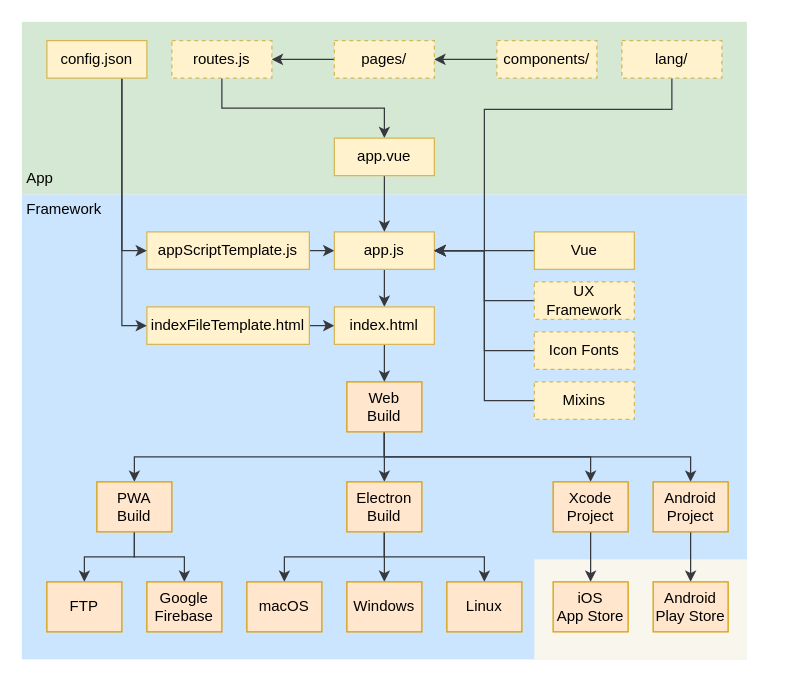
This is docs/images/buildFlow.drawio from scriptPilot/app-framework, a draw.io file, before an edit. Source tidied: cells renumbered, new cells numbered last; positions are measured from the earlier drawing's top-left corner, leaving out a move shared by most shapes. Both pictures are drawn from the tidied source at 125%, with x=0, y=0 at pixel (21, 21).
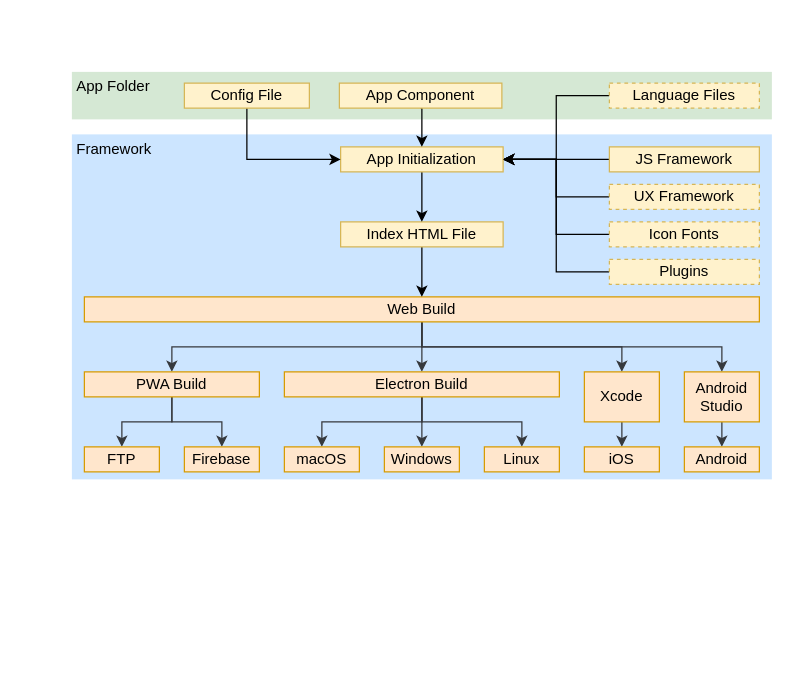
The same diagram, later.

Change to the diagram source:
```diff
@@
     <mxCell id="2" value="&lt;div style=&quot;text-align: left&quot;&gt;&lt;span&gt;Framework&lt;/span&gt;&lt;/div&gt;" style="rounded=0;whiteSpace=wrap;html=1;fillColor=#cce5ff;strokeColor=none;spacing=0;align=left;labelPosition=center;verticalLabelPosition=middle;verticalAlign=top;horizontal=1;spacingTop=0;spacingBottom=0;spacingRight=0;spacingLeft=4;" parent="1" vertex="1">
-      <mxGeometry y="138" width="580" height="372" as="geometry" />
+      <mxGeometry x="40" y="90" width="560" height="276" as="geometry" />
     </mxCell>
-    <mxCell id="3" value="&lt;div style=&quot;text-align: left&quot;&gt;&lt;br&gt;&lt;/div&gt;" style="rounded=0;whiteSpace=wrap;html=1;spacing=0;align=left;labelPosition=center;verticalLabelPosition=middle;verticalAlign=top;horizontal=1;spacingTop=0;spacingBottom=0;spacingRight=0;spacingLeft=4;strokeColor=none;fillColor=#f9f7ed;" parent="1" vertex="1">
-      <mxGeometry x="410" y="430" width="170" height="80" as="geometry" />
-    </mxCell>
-    <mxCell id="4" value="&lt;div style=&quot;text-align: left&quot;&gt;&lt;span&gt;App&lt;/span&gt;&lt;/div&gt;" style="rounded=0;whiteSpace=wrap;html=1;fillColor=#d5e8d4;strokeColor=none;spacing=0;align=left;labelPosition=center;verticalLabelPosition=middle;verticalAlign=bottom;horizontal=1;spacingTop=0;spacingBottom=6;spacingRight=0;spacingLeft=4;" parent="1" vertex="1">
-      <mxGeometry width="580" height="138" as="geometry" />
-    </mxCell>
-    <mxCell id="5" style="edgeStyle=orthogonalEdgeStyle;rounded=0;jettySize=auto;html=1;exitX=0;exitY=0.5;exitDx=0;exitDy=0;fillColor=#eeeeee;strokeColor=#36393d;" parent="1" edge="1" source="6" target="10">
-      <mxGeometry relative="1" as="geometry" />
-    </mxCell>
-    <mxCell id="6" value="pages/" style="rounded=0;whiteSpace=wrap;html=1;fillColor=#fff2cc;strokeColor=#d6b656;dashed=1;" parent="1" vertex="1">
-      <mxGeometry x="250" y="15" width="80" height="30" as="geometry" />
-    </mxCell>
-    <mxCell id="7" style="edgeStyle=orthogonalEdgeStyle;rounded=0;jettySize=auto;html=1;exitX=0;exitY=0.5;exitDx=0;exitDy=0;entryX=1;entryY=0.5;entryDx=0;entryDy=0;fillColor=#eeeeee;strokeColor=#36393d;" parent="1" edge="1" source="8" target="6">
-      <mxGeometry relative="1" as="geometry" />
-    </mxCell>
-    <mxCell id="8" value="components/" style="rounded=0;whiteSpace=wrap;html=1;fillColor=#fff2cc;strokeColor=#d6b656;dashed=1;" parent="1" vertex="1">
-      <mxGeometry x="380" y="15" width="80" height="30" as="geometry" />
-    </mxCell>
-    <mxCell id="9" style="edgeStyle=orthogonalEdgeStyle;rounded=0;jettySize=auto;html=1;exitX=0.5;exitY=1;exitDx=0;exitDy=0;entryX=0.5;entryY=0;entryDx=0;entryDy=0;fillColor=#eeeeee;strokeColor=#36393d;" parent="1" edge="1" source="10" target="25">
-      <mxGeometry relative="1" as="geometry" />
-    </mxCell>
-    <mxCell id="10" value="routes.js&lt;br&gt;" style="rounded=0;whiteSpace=wrap;html=1;fillColor=#fff2cc;strokeColor=#d6b656;dashed=1;" parent="1" vertex="1">
-      <mxGeometry x="120" y="15" width="80" height="30" as="geometry" />
-    </mxCell>
+    <mxCell id="57" value="&lt;div style=&quot;text-align: left&quot;&gt;&lt;span&gt;App Folder&lt;/span&gt;&lt;/div&gt;" style="rounded=0;whiteSpace=wrap;html=1;fillColor=#d5e8d4;strokeColor=none;spacing=0;align=left;labelPosition=center;verticalLabelPosition=middle;verticalAlign=top;horizontal=1;spacingTop=0;spacingBottom=0;spacingRight=0;spacingLeft=4;" parent="1" vertex="1">
+      <mxGeometry x="40" y="40" width="560" height="38" as="geometry" />
+    </mxCell>
@@
-    <mxCell id="13" style="edgeStyle=orthogonalEdgeStyle;rounded=0;jettySize=auto;html=1;exitX=0.5;exitY=1;exitDx=0;exitDy=0;entryX=0.5;entryY=0;entryDx=0;entryDy=0;fillColor=#eeeeee;strokeColor=#36393d;" parent="1" edge="1" source="15" target="42">
-      <mxGeometry relative="1" as="geometry" />
-    </mxCell>
-    <mxCell id="14" style="edgeStyle=orthogonalEdgeStyle;rounded=0;jettySize=auto;html=1;exitX=0.5;exitY=1;exitDx=0;exitDy=0;entryX=0.5;entryY=0;entryDx=0;entryDy=0;fillColor=#eeeeee;strokeColor=#36393d;" parent="1" edge="1" source="15" target="50">
-      <mxGeometry relative="1" as="geometry" />
-    </mxCell>
+    <mxCell id="58" style="edgeStyle=orthogonalEdgeStyle;rounded=0;jettySize=auto;html=1;exitX=0.5;exitY=1;exitDx=0;exitDy=0;entryX=0.5;entryY=0;entryDx=0;entryDy=0;fillColor=#eeeeee;strokeColor=#36393d;" parent="1" edge="1" source="15" target="62">
+      <mxGeometry relative="1" as="geometry" />
+    </mxCell>
+    <mxCell id="59" style="edgeStyle=orthogonalEdgeStyle;rounded=0;jettySize=auto;html=1;exitX=0.5;exitY=1;exitDx=0;exitDy=0;entryX=0.5;entryY=0;entryDx=0;entryDy=0;fillColor=#eeeeee;strokeColor=#36393d;" parent="1" edge="1" source="15" target="66">
+      <mxGeometry relative="1" as="geometry" />
+    </mxCell>
-    <mxCell id="15" value="Web&lt;br&gt;Build&lt;br&gt;" style="rounded=0;whiteSpace=wrap;html=1;fillColor=#ffe6cc;strokeColor=#d79b00;" parent="1" vertex="1">
-      <mxGeometry x="260" y="288" width="60" height="40" as="geometry" />
+    <mxCell id="15" value="Web Build&lt;br&gt;" style="rounded=0;whiteSpace=wrap;html=1;fillColor=#ffe6cc;strokeColor=#d79b00;" parent="1" vertex="1">
+      <mxGeometry x="50" y="220" width="540" height="20" as="geometry" />
     </mxCell>
-    <mxCell id="16" style="edgeStyle=orthogonalEdgeStyle;rounded=0;jettySize=auto;html=1;exitX=1;exitY=0.5;exitDx=0;exitDy=0;entryX=0;entryY=0.5;entryDx=0;entryDy=0;fillColor=#eeeeee;strokeColor=#36393d;" parent="1" edge="1" source="17" target="23">
-      <mxGeometry relative="1" as="geometry" />
-    </mxCell>
-    <mxCell id="17" value="indexFileTemplate.html" style="rounded=0;whiteSpace=wrap;html=1;fillColor=#fff2cc;strokeColor=#d6b656;" parent="1" vertex="1">
-      <mxGeometry x="100" y="228" width="130" height="30" as="geometry" />
-    </mxCell>
-    <mxCell id="18" style="edgeStyle=orthogonalEdgeStyle;rounded=0;jettySize=auto;html=1;exitX=1;exitY=0.5;exitDx=0;exitDy=0;entryX=0;entryY=0.5;entryDx=0;entryDy=0;fillColor=#eeeeee;strokeColor=#36393d;" parent="1" edge="1" source="19" target="21">
-      <mxGeometry relative="1" as="geometry" />
-    </mxCell>
-    <mxCell id="19" value="appScriptTemplate.js" style="rounded=0;whiteSpace=wrap;html=1;fillColor=#fff2cc;strokeColor=#d6b656;" parent="1" vertex="1">
-      <mxGeometry x="100" y="168" width="130" height="30" as="geometry" />
-    </mxCell>
-    <mxCell id="20" style="edgeStyle=orthogonalEdgeStyle;rounded=0;jettySize=auto;html=1;exitX=0.5;exitY=1;exitDx=0;exitDy=0;entryX=0.5;entryY=0;entryDx=0;entryDy=0;fillColor=#eeeeee;strokeColor=#36393d;" parent="1" edge="1" source="21" target="23">
-      <mxGeometry relative="1" as="geometry" />
-    </mxCell>
-    <mxCell id="21" value="app.js" style="rounded=0;whiteSpace=wrap;html=1;fillColor=#fff2cc;strokeColor=#d6b656;" parent="1" vertex="1">
-      <mxGeometry x="250" y="168" width="80" height="30" as="geometry" />
-    </mxCell>
-    <mxCell id="22" style="edgeStyle=orthogonalEdgeStyle;rounded=0;jettySize=auto;html=1;exitX=0.5;exitY=1;exitDx=0;exitDy=0;entryX=0.5;entryY=0;entryDx=0;entryDy=0;fillColor=#eeeeee;strokeColor=#36393d;" parent="1" edge="1" source="23" target="15">
-      <mxGeometry relative="1" as="geometry" />
-    </mxCell>
-    <mxCell id="23" value="index.html&lt;br&gt;" style="rounded=0;whiteSpace=wrap;html=1;fillColor=#fff2cc;strokeColor=#d6b656;" parent="1" vertex="1">
-      <mxGeometry x="250" y="228" width="80" height="30" as="geometry" />
-    </mxCell>
-    <mxCell id="24" style="edgeStyle=orthogonalEdgeStyle;rounded=0;jettySize=auto;html=1;exitX=0.5;exitY=1;exitDx=0;exitDy=0;entryX=0.5;entryY=0;entryDx=0;entryDy=0;fillColor=#eeeeee;strokeColor=#36393d;" parent="1" edge="1" source="25" target="21">
-      <mxGeometry relative="1" as="geometry" />
-    </mxCell>
-    <mxCell id="25" value="app.vue" style="rounded=0;whiteSpace=wrap;html=1;fillColor=#fff2cc;strokeColor=#d6b656;" parent="1" vertex="1">
-      <mxGeometry x="250" y="93" width="80" height="30" as="geometry" />
-    </mxCell>
-    <mxCell id="26" style="edgeStyle=orthogonalEdgeStyle;rounded=0;jettySize=auto;html=1;exitX=0;exitY=0.5;exitDx=0;exitDy=0;entryX=1;entryY=0.5;entryDx=0;entryDy=0;fillColor=#eeeeee;strokeColor=#36393d;" parent="1" edge="1" source="27" target="21">
-      <mxGeometry relative="1" as="geometry" />
-    </mxCell>
-    <mxCell id="27" value="Vue" style="rounded=0;whiteSpace=wrap;html=1;fillColor=#fff2cc;strokeColor=#d6b656;" parent="1" vertex="1">
-      <mxGeometry x="410" y="168" width="80" height="30" as="geometry" />
-    </mxCell>
-    <mxCell id="28" style="edgeStyle=orthogonalEdgeStyle;rounded=0;jettySize=auto;html=1;exitX=0;exitY=0.5;exitDx=0;exitDy=0;entryX=1;entryY=0.5;entryDx=0;entryDy=0;fillColor=#eeeeee;strokeColor=#36393d;" parent="1" edge="1" source="29" target="21">
-      <mxGeometry relative="1" as="geometry" />
-    </mxCell>
-    <mxCell id="29" value="UX Framework&lt;br&gt;" style="rounded=0;whiteSpace=wrap;html=1;fillColor=#fff2cc;strokeColor=#d6b656;dashed=1;" parent="1" vertex="1">
-      <mxGeometry x="410" y="208" width="80" height="30" as="geometry" />
-    </mxCell>
-    <mxCell id="30" style="edgeStyle=orthogonalEdgeStyle;rounded=0;jettySize=auto;html=1;exitX=0;exitY=0.5;exitDx=0;exitDy=0;entryX=1;entryY=0.5;entryDx=0;entryDy=0;fillColor=#eeeeee;strokeColor=#36393d;" parent="1" edge="1" source="31" target="21">
-      <mxGeometry relative="1" as="geometry" />
-    </mxCell>
-    <mxCell id="31" value="Icon Fonts" style="rounded=0;whiteSpace=wrap;html=1;fillColor=#fff2cc;strokeColor=#d6b656;dashed=1;" parent="1" vertex="1">
-      <mxGeometry x="410" y="248" width="80" height="30" as="geometry" />
-    </mxCell>
-    <mxCell id="32" style="edgeStyle=orthogonalEdgeStyle;rounded=0;jettySize=auto;html=1;exitX=0;exitY=0.5;exitDx=0;exitDy=0;entryX=1;entryY=0.5;entryDx=0;entryDy=0;fillColor=#eeeeee;strokeColor=#36393d;" parent="1" edge="1" source="33" target="21">
-      <mxGeometry relative="1" as="geometry" />
-    </mxCell>
-    <mxCell id="33" value="Mixins" style="rounded=0;whiteSpace=wrap;html=1;fillColor=#fff2cc;strokeColor=#d6b656;dashed=1;" parent="1" vertex="1">
-      <mxGeometry x="410" y="288" width="80" height="30" as="geometry" />
-    </mxCell>
@@
-    <mxCell id="35" style="edgeStyle=orthogonalEdgeStyle;rounded=0;jettySize=auto;html=1;exitX=0.5;exitY=1;exitDx=0;exitDy=0;entryX=0.5;entryY=0;entryDx=0;entryDy=0;fillColor=#eeeeee;strokeColor=#36393d;" parent="1" edge="1" source="36" target="47">
-      <mxGeometry relative="1" as="geometry" />
-    </mxCell>
+    <mxCell id="60" style="edgeStyle=orthogonalEdgeStyle;rounded=0;jettySize=auto;html=1;exitX=0.5;exitY=1;exitDx=0;exitDy=0;entryX=0.5;entryY=0;entryDx=0;entryDy=0;fillColor=#eeeeee;strokeColor=#36393d;" parent="1" edge="1" source="36" target="63">
+      <mxGeometry relative="1" as="geometry" />
+    </mxCell>
-    <mxCell id="36" value="PWA&lt;br&gt;Build&lt;br&gt;" style="rounded=0;whiteSpace=wrap;html=1;fillColor=#ffe6cc;strokeColor=#d79b00;" parent="1" vertex="1">
-      <mxGeometry x="60" y="368" width="60" height="40" as="geometry" />
+    <mxCell id="36" value="PWA Build&lt;br&gt;" style="rounded=0;whiteSpace=wrap;html=1;fillColor=#ffe6cc;strokeColor=#d79b00;" parent="1" vertex="1">
+      <mxGeometry x="50" y="280" width="140" height="20" as="geometry" />
     </mxCell>
@@
-    <mxCell id="40" value="Electron&lt;br&gt;Build&lt;br&gt;" style="rounded=0;whiteSpace=wrap;html=1;fillColor=#ffe6cc;strokeColor=#d79b00;" parent="1" vertex="1">
-      <mxGeometry x="260" y="368" width="60" height="40" as="geometry" />
+    <mxCell id="40" value="Electron Build&lt;br&gt;" style="rounded=0;whiteSpace=wrap;html=1;fillColor=#ffe6cc;strokeColor=#d79b00;" parent="1" vertex="1">
+      <mxGeometry x="210" y="280" width="220" height="20" as="geometry" />
     </mxCell>
-    <mxCell id="41" style="edgeStyle=orthogonalEdgeStyle;rounded=0;jettySize=auto;html=1;exitX=0.5;exitY=1;exitDx=0;exitDy=0;entryX=0.5;entryY=0;entryDx=0;entryDy=0;fillColor=#eeeeee;strokeColor=#36393d;" parent="1" edge="1" source="42" target="48">
-      <mxGeometry relative="1" as="geometry" />
-    </mxCell>
-    <mxCell id="42" value="Xcode&lt;br&gt;Project&lt;br&gt;" style="rounded=0;whiteSpace=wrap;html=1;fillColor=#ffe6cc;strokeColor=#d79b00;" parent="1" vertex="1">
-      <mxGeometry x="425" y="368" width="60" height="40" as="geometry" />
-    </mxCell>
+    <mxCell id="61" style="edgeStyle=orthogonalEdgeStyle;rounded=0;jettySize=auto;html=1;exitX=0.5;exitY=1;exitDx=0;exitDy=0;entryX=0.5;entryY=0;entryDx=0;entryDy=0;fillColor=#eeeeee;strokeColor=#36393d;" parent="1" edge="1" source="62" target="64">
+      <mxGeometry relative="1" as="geometry" />
+    </mxCell>
+    <mxCell id="62" value="Xcode&lt;br&gt;" style="rounded=0;whiteSpace=wrap;html=1;fillColor=#ffe6cc;strokeColor=#d79b00;" parent="1" vertex="1">
+      <mxGeometry x="450" y="280" width="60" height="40" as="geometry" />
+    </mxCell>
     <mxCell id="43" value="macOS" style="rounded=0;whiteSpace=wrap;html=1;fillColor=#ffe6cc;strokeColor=#d79b00;" parent="1" vertex="1">
-      <mxGeometry x="180" y="448" width="60" height="40" as="geometry" />
+      <mxGeometry x="210" y="340" width="60" height="20" as="geometry" />
     </mxCell>
     <mxCell id="44" value="Windows" style="rounded=0;whiteSpace=wrap;html=1;fillColor=#ffe6cc;strokeColor=#d79b00;" parent="1" vertex="1">
-      <mxGeometry x="260" y="448" width="60" height="40" as="geometry" />
+      <mxGeometry x="290" y="340" width="60" height="20" as="geometry" />
     </mxCell>
     <mxCell id="45" value="Linux" style="rounded=0;whiteSpace=wrap;html=1;fillColor=#ffe6cc;strokeColor=#d79b00;" parent="1" vertex="1">
-      <mxGeometry x="340" y="448" width="60" height="40" as="geometry" />
+      <mxGeometry x="370" y="340" width="60" height="20" as="geometry" />
     </mxCell>
     <mxCell id="46" value="FTP" style="rounded=0;whiteSpace=wrap;html=1;fillColor=#ffe6cc;strokeColor=#d79b00;" parent="1" vertex="1">
-      <mxGeometry x="20" y="448" width="60" height="40" as="geometry" />
+      <mxGeometry x="50" y="340" width="60" height="20" as="geometry" />
     </mxCell>
-    <mxCell id="47" value="Google&lt;br&gt;Firebase&lt;br&gt;" style="rounded=0;whiteSpace=wrap;html=1;fillColor=#ffe6cc;strokeColor=#d79b00;" parent="1" vertex="1">
-      <mxGeometry x="100" y="448" width="60" height="40" as="geometry" />
-    </mxCell>
-    <mxCell id="48" value="iOS&lt;br&gt;App Store&lt;br&gt;" style="rounded=0;whiteSpace=wrap;html=1;fillColor=#ffe6cc;strokeColor=#d79b00;" parent="1" vertex="1">
-      <mxGeometry x="425" y="448" width="60" height="40" as="geometry" />
-    </mxCell>
-    <mxCell id="49" style="edgeStyle=orthogonalEdgeStyle;rounded=0;jettySize=auto;html=1;exitX=0.5;exitY=1;exitDx=0;exitDy=0;entryX=0.5;entryY=0;entryDx=0;entryDy=0;fillColor=#eeeeee;strokeColor=#36393d;" parent="1" edge="1" source="50" target="51">
-      <mxGeometry relative="1" as="geometry" />
-    </mxCell>
-    <mxCell id="50" value="Android&lt;br&gt;Project&lt;br&gt;" style="rounded=0;whiteSpace=wrap;html=1;fillColor=#ffe6cc;strokeColor=#d79b00;" parent="1" vertex="1">
-      <mxGeometry x="505" y="368" width="60" height="40" as="geometry" />
-    </mxCell>
-    <mxCell id="51" value="Android&lt;br&gt;Play Store&lt;br&gt;" style="rounded=0;whiteSpace=wrap;html=1;fillColor=#ffe6cc;strokeColor=#d79b00;" parent="1" vertex="1">
-      <mxGeometry x="505" y="448" width="60" height="40" as="geometry" />
-    </mxCell>
-    <mxCell id="52" style="edgeStyle=orthogonalEdgeStyle;rounded=0;jettySize=auto;html=1;exitX=0.75;exitY=1;exitDx=0;exitDy=0;entryX=0;entryY=0.5;entryDx=0;entryDy=0;fillColor=#eeeeee;strokeColor=#36393d;" parent="1" edge="1" source="54" target="19">
-      <mxGeometry relative="1" as="geometry" />
-    </mxCell>
-    <mxCell id="53" style="edgeStyle=orthogonalEdgeStyle;rounded=0;jettySize=auto;html=1;exitX=0.75;exitY=1;exitDx=0;exitDy=0;entryX=0;entryY=0.5;entryDx=0;entryDy=0;fillColor=#eeeeee;strokeColor=#36393d;" parent="1" edge="1" source="54" target="17">
-      <mxGeometry relative="1" as="geometry" />
-    </mxCell>
-    <mxCell id="54" value="config.json" style="rounded=0;whiteSpace=wrap;html=1;fillColor=#fff2cc;strokeColor=#d6b656;" parent="1" vertex="1">
-      <mxGeometry x="20" y="15" width="80" height="30" as="geometry" />
-    </mxCell>
-    <mxCell id="55" style="edgeStyle=orthogonalEdgeStyle;rounded=0;jettySize=auto;html=1;exitX=0.5;exitY=1;exitDx=0;exitDy=0;entryX=1;entryY=0.5;entryDx=0;entryDy=0;fillColor=#eeeeee;strokeColor=#36393d;" parent="1" edge="1" source="56" target="21">
-      <mxGeometry relative="1" as="geometry">
-        <Array as="points">
-          <mxPoint x="520" y="70" />
-          <mxPoint x="370" y="70" />
-          <mxPoint x="370" y="183" />
-        </Array>
-      </mxGeometry>
-    </mxCell>
-    <mxCell id="56" value="lang/" style="rounded=0;whiteSpace=wrap;html=1;fillColor=#fff2cc;strokeColor=#d6b656;dashed=1;" parent="1" vertex="1">
-      <mxGeometry x="480" y="15" width="80" height="30" as="geometry" />
-    </mxCell>
+    <mxCell id="63" value="Firebase&lt;br&gt;" style="rounded=0;whiteSpace=wrap;html=1;fillColor=#ffe6cc;strokeColor=#d79b00;" parent="1" vertex="1">
+      <mxGeometry x="130" y="340" width="60" height="20" as="geometry" />
+    </mxCell>
+    <mxCell id="64" value="iOS&lt;br&gt;" style="rounded=0;whiteSpace=wrap;html=1;fillColor=#ffe6cc;strokeColor=#d79b00;" parent="1" vertex="1">
+      <mxGeometry x="450" y="340" width="60" height="20" as="geometry" />
+    </mxCell>
+    <mxCell id="65" style="edgeStyle=orthogonalEdgeStyle;rounded=0;jettySize=auto;html=1;exitX=0.5;exitY=1;exitDx=0;exitDy=0;entryX=0.5;entryY=0;entryDx=0;entryDy=0;fillColor=#eeeeee;strokeColor=#36393d;" parent="1" edge="1" source="66" target="67">
+      <mxGeometry relative="1" as="geometry" />
+    </mxCell>
+    <mxCell id="66" value="Android&lt;br&gt;Studio&lt;br&gt;" style="rounded=0;whiteSpace=wrap;html=1;fillColor=#ffe6cc;strokeColor=#d79b00;" parent="1" vertex="1">
+      <mxGeometry x="530" y="280" width="60" height="40" as="geometry" />
+    </mxCell>
+    <mxCell id="67" value="Android&lt;br&gt;" style="rounded=0;whiteSpace=wrap;html=1;fillColor=#ffe6cc;strokeColor=#d79b00;" parent="1" vertex="1">
+      <mxGeometry x="530" y="340" width="60" height="20" as="geometry" />
+    </mxCell>
+    <mxCell id="68" style="edgeStyle=orthogonalEdgeStyle;rounded=0;jettySize=auto;html=1;exitX=0.5;exitY=1;exitDx=0;exitDy=0;entryX=0.5;entryY=0;entryDx=0;entryDy=0;" parent="1" edge="1" source="69" target="15">
+      <mxGeometry relative="1" as="geometry" />
+    </mxCell>
+    <mxCell id="69" value="Index HTML File&lt;br&gt;" style="rounded=0;whiteSpace=wrap;html=1;fillColor=#fff2cc;strokeColor=#d6b656;" parent="1" vertex="1">
+      <mxGeometry x="255" y="160" width="130" height="20" as="geometry" />
+    </mxCell>
+    <mxCell id="70" style="edgeStyle=orthogonalEdgeStyle;rounded=0;jettySize=auto;html=1;exitX=0;exitY=0.5;exitDx=0;exitDy=0;entryX=1;entryY=0.5;entryDx=0;entryDy=0;" parent="1" edge="1" source="71" target="77">
+      <mxGeometry relative="1" as="geometry" />
+    </mxCell>
+    <mxCell id="71" value="Plugins&lt;br&gt;" style="rounded=0;whiteSpace=wrap;html=1;fillColor=#fff2cc;strokeColor=#d6b656;dashed=1;" parent="1" vertex="1">
+      <mxGeometry x="470" y="190" width="120" height="20" as="geometry" />
+    </mxCell>
+    <mxCell id="72" style="edgeStyle=orthogonalEdgeStyle;rounded=0;jettySize=auto;html=1;exitX=0;exitY=0.5;exitDx=0;exitDy=0;entryX=1;entryY=0.5;entryDx=0;entryDy=0;" parent="1" edge="1" source="31" target="77">
+      <mxGeometry relative="1" as="geometry" />
+    </mxCell>
+    <mxCell id="31" value="Icon Fonts&lt;br&gt;" style="rounded=0;whiteSpace=wrap;html=1;fillColor=#fff2cc;strokeColor=#d6b656;dashed=1;" parent="1" vertex="1">
+      <mxGeometry x="470" y="160" width="120" height="20" as="geometry" />
+    </mxCell>
+    <mxCell id="73" style="edgeStyle=orthogonalEdgeStyle;rounded=0;jettySize=auto;html=1;exitX=0;exitY=0.5;exitDx=0;exitDy=0;entryX=1;entryY=0.5;entryDx=0;entryDy=0;" parent="1" edge="1" source="29" target="77">
+      <mxGeometry relative="1" as="geometry" />
+    </mxCell>
+    <mxCell id="29" value="UX Framework&lt;br&gt;" style="rounded=0;whiteSpace=wrap;html=1;fillColor=#fff2cc;strokeColor=#d6b656;dashed=1;" parent="1" vertex="1">
+      <mxGeometry x="470" y="130" width="120" height="20" as="geometry" />
+    </mxCell>
+    <mxCell id="74" style="edgeStyle=orthogonalEdgeStyle;rounded=0;jettySize=auto;html=1;exitX=0;exitY=0.5;exitDx=0;exitDy=0;entryX=1;entryY=0.5;entryDx=0;entryDy=0;" parent="1" edge="1" source="75" target="77">
+      <mxGeometry relative="1" as="geometry" />
+    </mxCell>
+    <mxCell id="75" value="JS Framework&lt;br&gt;" style="rounded=0;whiteSpace=wrap;html=1;fillColor=#fff2cc;strokeColor=#d6b656;" parent="1" vertex="1">
+      <mxGeometry x="470" y="100" width="120" height="20" as="geometry" />
+    </mxCell>
+    <mxCell id="76" style="edgeStyle=orthogonalEdgeStyle;rounded=0;jettySize=auto;html=1;exitX=0.5;exitY=1;exitDx=0;exitDy=0;entryX=0.5;entryY=0;entryDx=0;entryDy=0;" parent="1" edge="1" source="77" target="69">
+      <mxGeometry relative="1" as="geometry" />
+    </mxCell>
+    <mxCell id="77" value="App Initialization" style="rounded=0;whiteSpace=wrap;html=1;fillColor=#fff2cc;strokeColor=#d6b656;" parent="1" vertex="1">
+      <mxGeometry x="255" y="100" width="130" height="20" as="geometry" />
+    </mxCell>
+    <mxCell id="78" style="edgeStyle=orthogonalEdgeStyle;rounded=0;jettySize=auto;html=1;exitX=0.5;exitY=1;exitDx=0;exitDy=0;entryX=0;entryY=0.5;entryDx=0;entryDy=0;" parent="1" edge="1" source="79" target="77">
+      <mxGeometry relative="1" as="geometry" />
+    </mxCell>
+    <mxCell id="79" value="Config File" style="rounded=0;whiteSpace=wrap;html=1;fillColor=#fff2cc;strokeColor=#d6b656;" parent="1" vertex="1">
+      <mxGeometry x="130" y="49" width="100" height="20" as="geometry" />
+    </mxCell>
+    <mxCell id="80" style="edgeStyle=orthogonalEdgeStyle;rounded=0;jettySize=auto;html=1;exitX=0.5;exitY=1;exitDx=0;exitDy=0;entryX=0.5;entryY=0;entryDx=0;entryDy=0;" parent="1" edge="1" source="81" target="77">
+      <mxGeometry relative="1" as="geometry" />
+    </mxCell>
+    <mxCell id="81" value="App Component" style="rounded=0;whiteSpace=wrap;html=1;fillColor=#fff2cc;strokeColor=#d6b656;" parent="1" vertex="1">
+      <mxGeometry x="254" y="49" width="130" height="20" as="geometry" />
+    </mxCell>
+    <mxCell id="82" style="edgeStyle=orthogonalEdgeStyle;rounded=0;jettySize=auto;html=1;exitX=0;exitY=0.5;exitDx=0;exitDy=0;entryX=1;entryY=0.5;entryDx=0;entryDy=0;" parent="1" edge="1" source="83" target="77">
+      <mxGeometry relative="1" as="geometry" />
+    </mxCell>
+    <mxCell id="83" value="Language Files" style="rounded=0;whiteSpace=wrap;html=1;fillColor=#fff2cc;strokeColor=#d6b656;dashed=1;" parent="1" vertex="1">
+      <mxGeometry x="470" y="49" width="120" height="20" as="geometry" />
+    </mxCell>
```
